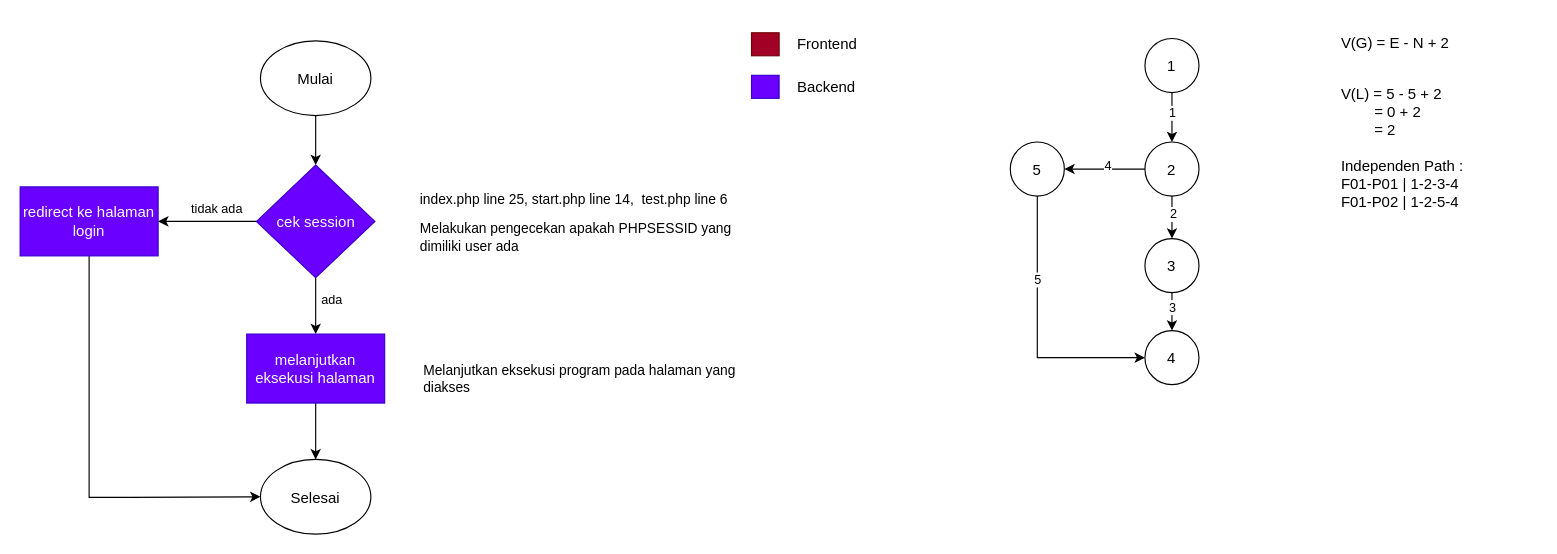
Before: flowgraph/F01-validasi-autentikasi-halaman-flowgraph/F01-validasi-autentikasi-halaman-flowgraph.drawio in LRamdhan/white-box-testing-web-ulangan, a draw.io diagram. Source tidied: cells renumbered, new cells numbered last; positions are measured from the earlier drawing's top-left corner, leaving out a move shared by most shapes. Both pictures are drawn from the tidied source at 115%, with x=0, y=0 at pixel (20, 26).
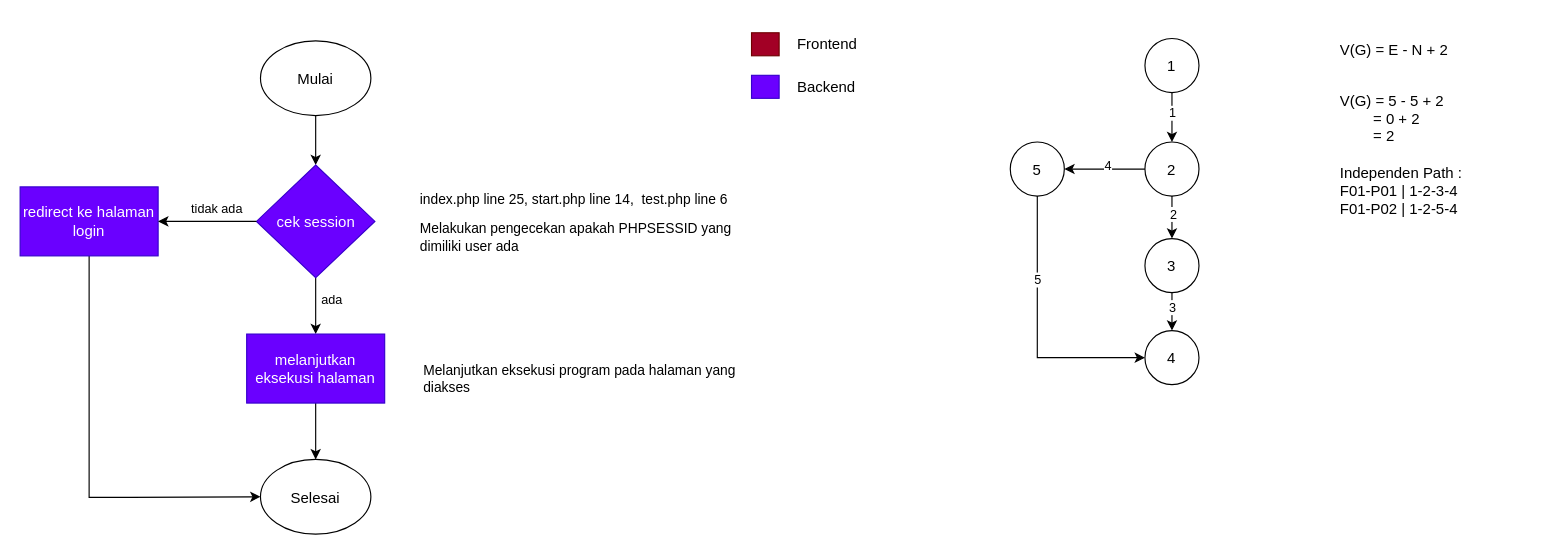
After the change.

Diff of the diagram source:
```diff
@@
-    <mxCell id="2" value="&lt;h3 style=&quot;font-size: 13px;&quot;&gt;&lt;span style=&quot;font-weight: 400; font-size: 13px;&quot;&gt;&lt;font style=&quot;font-size: 13px;&quot;&gt;V(G) = E - N + 2&lt;/font&gt;&lt;/span&gt;&lt;/h3&gt;&lt;div style=&quot;font-size: 13px;&quot;&gt;&lt;span style=&quot;font-weight: 400; font-size: 13px;&quot;&gt;&lt;font style=&quot;font-size: 13px;&quot;&gt;&lt;br style=&quot;font-size: 13px;&quot;&gt;&lt;/font&gt;&lt;/span&gt;&lt;/div&gt;&lt;div style=&quot;font-size: 13px;&quot;&gt;&lt;span style=&quot;font-weight: 400; font-size: 13px;&quot;&gt;&lt;font style=&quot;font-size: 13px;&quot;&gt;V(L) = 5 - 5 + 2&lt;/font&gt;&lt;/span&gt;&lt;/div&gt;&lt;div style=&quot;font-size: 13px;&quot;&gt;&lt;span style=&quot;font-weight: 400; font-size: 13px;&quot;&gt;&lt;font style=&quot;font-size: 13px;&quot;&gt;&amp;nbsp;&amp;nbsp;&lt;span style=&quot;font-size: 13px;&quot;&gt;&lt;span style=&quot;font-size: 13px;&quot;&gt;&amp;nbsp; &amp;nbsp; &amp;nbsp;&amp;nbsp;&lt;/span&gt;&lt;/span&gt;= 0 + 2&lt;/font&gt;&lt;/span&gt;&lt;/div&gt;&lt;div style=&quot;font-size: 13px;&quot;&gt;&lt;span style=&quot;font-weight: 400; font-size: 13px;&quot;&gt;&lt;font style=&quot;font-size: 13px;&quot;&gt;&lt;span style=&quot;font-size: 13px;&quot;&gt;&lt;span style=&quot;font-size: 13px;&quot;&gt;&amp;nbsp; &amp;nbsp; &amp;nbsp; &amp;nbsp;&amp;nbsp;&lt;/span&gt;&lt;/span&gt;= 2&lt;br style=&quot;font-size: 13px;&quot;&gt;&lt;/font&gt;&lt;/span&gt;&lt;/div&gt;&lt;div style=&quot;font-size: 13px;&quot;&gt;&lt;span style=&quot;font-weight: 400; font-size: 13px;&quot;&gt;&lt;font style=&quot;font-size: 13px;&quot;&gt;&lt;br style=&quot;font-size: 13px;&quot;&gt;&lt;/font&gt;&lt;/span&gt;&lt;/div&gt;&lt;div style=&quot;font-size: 13px;&quot;&gt;&lt;font style=&quot;font-size: 13px;&quot;&gt;Independen Path :&lt;br style=&quot;font-size: 13px;&quot;&gt;&lt;/font&gt;&lt;div style=&quot;font-size: 13px;&quot;&gt;&lt;font style=&quot;font-size: 13px;&quot;&gt;F01-P01 | 1-2-3-4&lt;/font&gt;&lt;/div&gt;&lt;div style=&quot;font-size: 13px;&quot;&gt;&lt;font style=&quot;font-size: 13px;&quot;&gt;F01-P02 | 1-2-5-4&lt;br&gt;&lt;/font&gt;&lt;/div&gt;&lt;/div&gt;" style="text;html=1;strokeColor=none;fillColor=none;spacing=5;spacingTop=-20;whiteSpace=wrap;overflow=hidden;rounded=0;fontSize=13;" parent="1" vertex="1">
-      <mxGeometry x="1144" y="4" width="175" height="206" as="geometry" />
+    <mxCell id="2" value="&lt;h3 style=&quot;font-size: 13px;&quot;&gt;&lt;span style=&quot;font-weight: 400; font-size: 13px;&quot;&gt;&lt;font style=&quot;font-size: 13px;&quot;&gt;V(G) = E - N + 2&lt;/font&gt;&lt;/span&gt;&lt;/h3&gt;&lt;div style=&quot;font-size: 13px;&quot;&gt;&lt;span style=&quot;font-weight: 400; font-size: 13px;&quot;&gt;&lt;font style=&quot;font-size: 13px;&quot;&gt;&lt;br style=&quot;font-size: 13px;&quot;&gt;&lt;/font&gt;&lt;/span&gt;&lt;/div&gt;&lt;div style=&quot;font-size: 13px;&quot;&gt;&lt;span style=&quot;font-weight: 400; font-size: 13px;&quot;&gt;&lt;font style=&quot;font-size: 13px;&quot;&gt;V(G) = 5 - 5 + 2&lt;/font&gt;&lt;/span&gt;&lt;/div&gt;&lt;div style=&quot;font-size: 13px;&quot;&gt;&lt;span style=&quot;font-weight: 400; font-size: 13px;&quot;&gt;&lt;font style=&quot;font-size: 13px;&quot;&gt;&amp;nbsp;&amp;nbsp;&lt;span style=&quot;font-size: 13px;&quot;&gt;&lt;span style=&quot;font-size: 13px;&quot;&gt;&amp;nbsp; &amp;nbsp; &amp;nbsp;&amp;nbsp;&lt;/span&gt;&lt;/span&gt;= 0 + 2&lt;/font&gt;&lt;/span&gt;&lt;/div&gt;&lt;div style=&quot;font-size: 13px;&quot;&gt;&lt;span style=&quot;font-weight: 400; font-size: 13px;&quot;&gt;&lt;font style=&quot;font-size: 13px;&quot;&gt;&lt;span style=&quot;font-size: 13px;&quot;&gt;&lt;span style=&quot;font-size: 13px;&quot;&gt;&amp;nbsp; &amp;nbsp; &amp;nbsp; &amp;nbsp;&amp;nbsp;&lt;/span&gt;&lt;/span&gt;= 2&lt;br style=&quot;font-size: 13px;&quot;&gt;&lt;/font&gt;&lt;/span&gt;&lt;/div&gt;&lt;div style=&quot;font-size: 13px;&quot;&gt;&lt;span style=&quot;font-weight: 400; font-size: 13px;&quot;&gt;&lt;font style=&quot;font-size: 13px;&quot;&gt;&lt;br style=&quot;font-size: 13px;&quot;&gt;&lt;/font&gt;&lt;/span&gt;&lt;/div&gt;&lt;div style=&quot;font-size: 13px;&quot;&gt;&lt;font style=&quot;font-size: 13px;&quot;&gt;Independen Path :&lt;br style=&quot;font-size: 13px;&quot;&gt;&lt;/font&gt;&lt;div style=&quot;font-size: 13px;&quot;&gt;&lt;font style=&quot;font-size: 13px;&quot;&gt;F01-P01 | 1-2-3-4&lt;/font&gt;&lt;/div&gt;&lt;div style=&quot;font-size: 13px;&quot;&gt;&lt;font style=&quot;font-size: 13px;&quot;&gt;F01-P02 | 1-2-5-4&lt;br&gt;&lt;/font&gt;&lt;/div&gt;&lt;/div&gt;" style="text;html=1;strokeColor=none;fillColor=none;spacing=5;spacingTop=-20;whiteSpace=wrap;overflow=hidden;rounded=0;fontSize=13;" parent="1" vertex="1">
+      <mxGeometry x="1143" y="10" width="175" height="206" as="geometry" />
     </mxCell>
```
